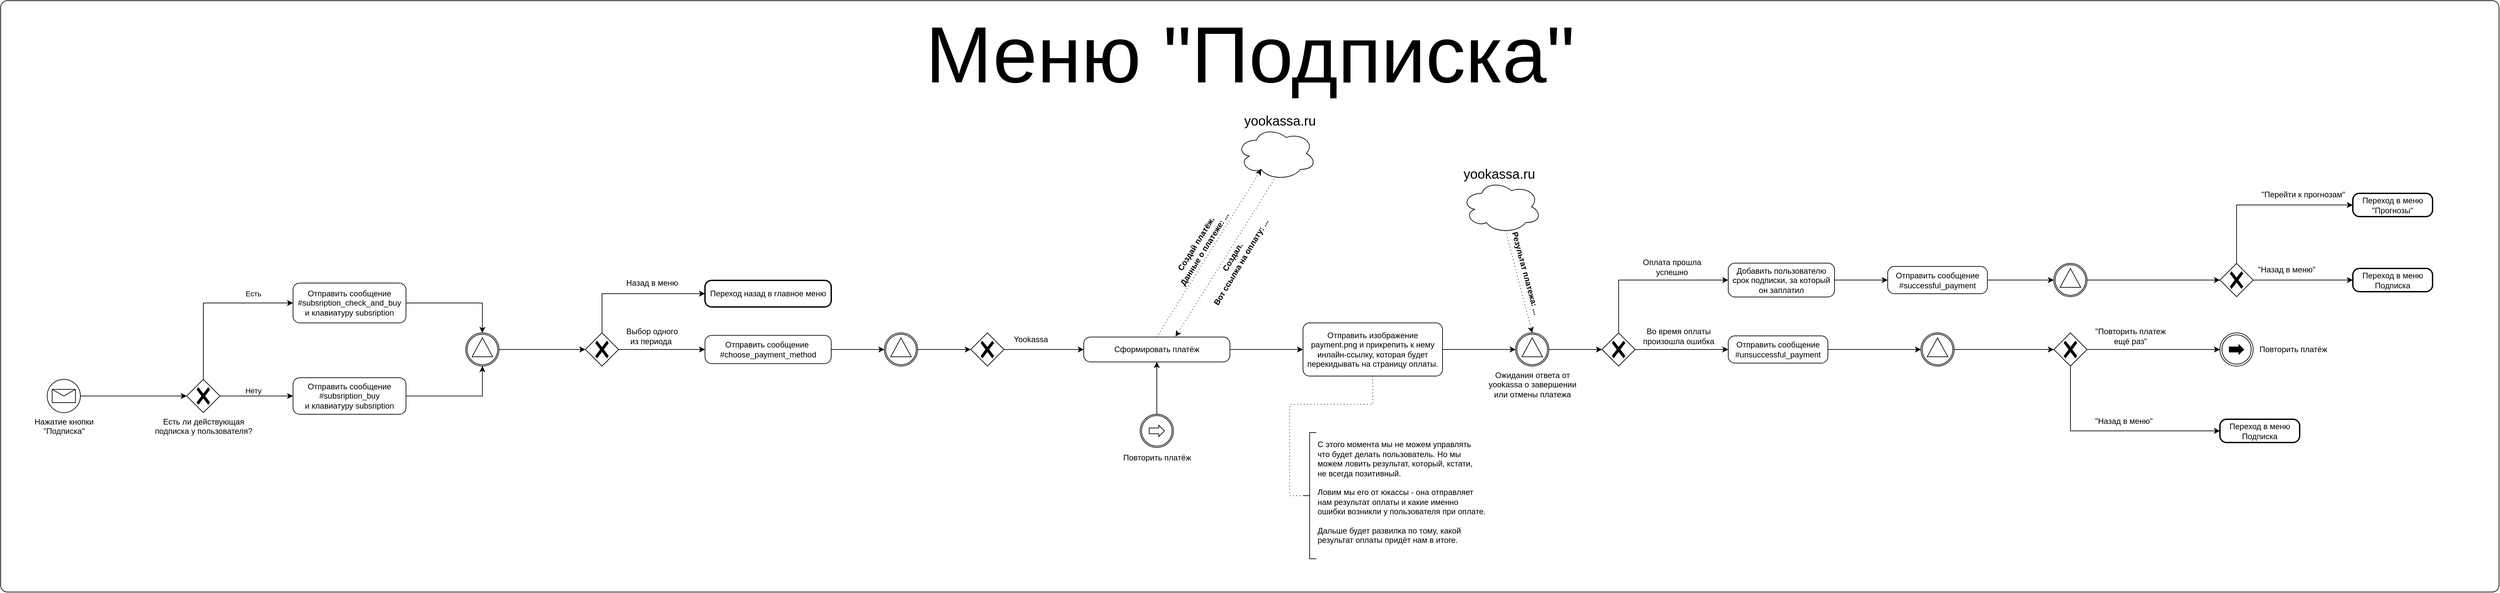
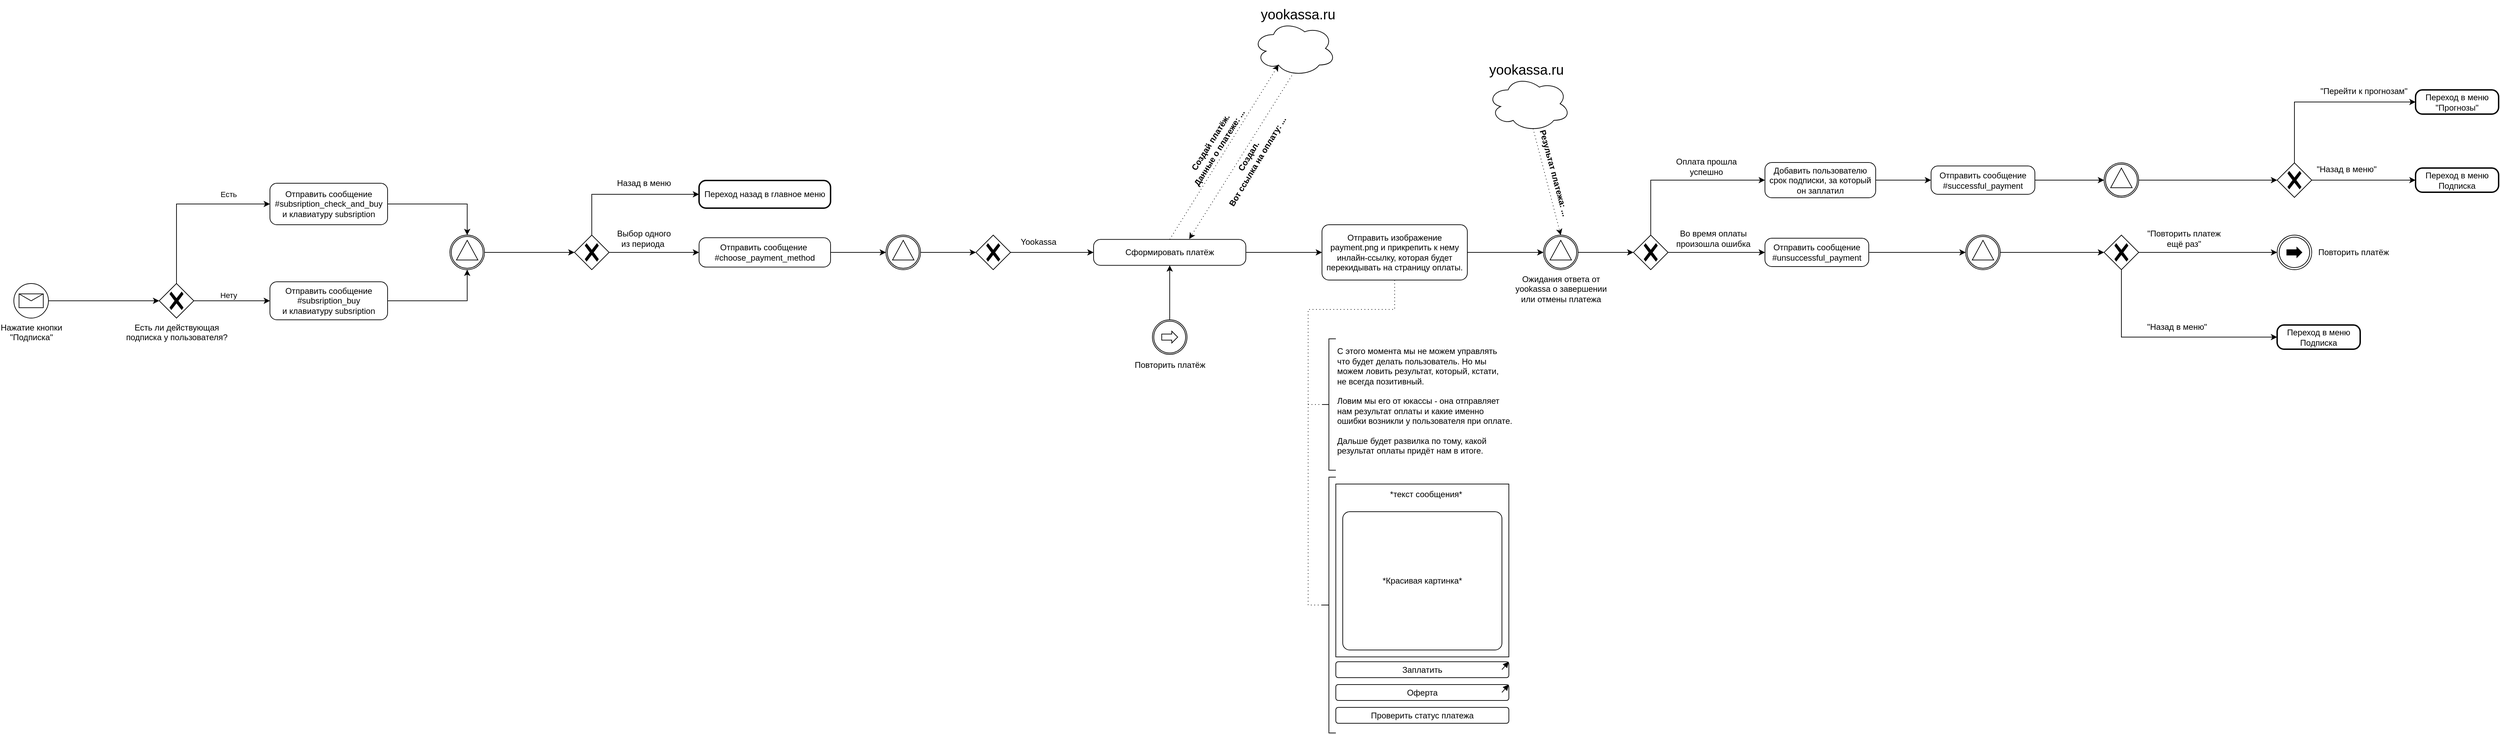
- <mxfile host="app.diagrams.net" modified="2023-09-09T18:25:19.638Z" agent="Mozilla/5.0 (Windows NT 10.0; Win64; x64) AppleWebKit/537.36 (KHTML, like Gecko) Chrome/116.0.0.0 Safari/537.36" etag="nwQ_Cwse_pG6QZrctJBb" version="21.7.4" type="github">
+ <mxfile host="app.diagrams.net" modified="2023-09-13T13:39:47.253Z" agent="Mozilla/5.0 (Windows NT 10.0; Win64; x64) AppleWebKit/537.36 (KHTML, like Gecko) Chrome/116.0.0.0 Safari/537.36" etag="viTp61Xx9-LcSARdnPcU" version="21.7.4" type="github">
  <diagram name="Страница — 1" id="_6Zt3eJy4w_jYMIKWq48">
-     <mxGraphModel dx="3143" dy="2496" grid="1" gridSize="10" guides="1" tooltips="1" connect="1" arrows="1" fold="1" page="1" pageScale="1" pageWidth="1169" pageHeight="827" math="0" shadow="0">
+     <mxGraphModel dx="759" dy="1230" grid="1" gridSize="10" guides="1" tooltips="1" connect="1" arrows="1" fold="1" page="1" pageScale="1" pageWidth="1169" pageHeight="827" math="0" shadow="0">
      <root>
        <mxCell id="0" />
        <mxCell id="1" parent="0" />
-         <mxCell id="S5M2cROnDglwbuzhFPpm-1" value="" style="points=[[0.25,0,0],[0.5,0,0],[0.75,0,0],[1,0.25,0],[1,0.5,0],[1,0.75,0],[0.75,1,0],[0.5,1,0],[0.25,1,0],[0,0.75,0],[0,0.5,0],[0,0.25,0]];shape=mxgraph.bpmn.task;whiteSpace=wrap;rectStyle=rounded;size=10;html=1;container=1;expand=0;collapsible=0;taskMarker=abstract;" vertex="1" parent="1">
-           <mxGeometry x="520" y="-290" width="3760" height="890" as="geometry" />
-         </mxCell>
-         <mxCell id="S5M2cROnDglwbuzhFPpm-2" value="Меню &quot;Подписка&quot;" style="text;html=1;align=center;verticalAlign=middle;resizable=0;points=[];autosize=1;strokeColor=none;fillColor=none;fontSize=120;" vertex="1" parent="S5M2cROnDglwbuzhFPpm-1">
-           <mxGeometry x="1380" width="1000" height="160" as="geometry" />
-         </mxCell>
        <mxCell id="g65OB6galmypLRfpedKR-5" style="edgeStyle=orthogonalEdgeStyle;rounded=0;orthogonalLoop=1;jettySize=auto;html=1;exitX=1;exitY=0.5;exitDx=0;exitDy=0;exitPerimeter=0;" parent="1" source="g65OB6galmypLRfpedKR-1" target="g65OB6galmypLRfpedKR-4" edge="1">
          <mxGeometry relative="1" as="geometry" />
        </mxCell>
        <mxCell id="g65OB6galmypLRfpedKR-1" value="Нажатие кнопки &lt;br&gt;&quot;Подписка&quot;" style="points=[[0.145,0.145,0],[0.5,0,0],[0.855,0.145,0],[1,0.5,0],[0.855,0.855,0],[0.5,1,0],[0.145,0.855,0],[0,0.5,0]];shape=mxgraph.bpmn.event;html=1;verticalLabelPosition=bottom;labelBackgroundColor=#ffffff;verticalAlign=top;align=center;perimeter=ellipsePerimeter;outlineConnect=0;aspect=fixed;outline=standard;symbol=message;" parent="1" vertex="1">
          <mxGeometry x="590" y="280" width="50" height="50" as="geometry" />
        </mxCell>
        <mxCell id="g65OB6galmypLRfpedKR-8" style="edgeStyle=orthogonalEdgeStyle;rounded=0;orthogonalLoop=1;jettySize=auto;html=1;exitX=1;exitY=0.5;exitDx=0;exitDy=0;exitPerimeter=0;entryX=0;entryY=0.5;entryDx=0;entryDy=0;entryPerimeter=0;" parent="1" source="g65OB6galmypLRfpedKR-4" target="g65OB6galmypLRfpedKR-7" edge="1">
          <mxGeometry relative="1" as="geometry" />
        </mxCell>
        <mxCell id="g65OB6galmypLRfpedKR-9" value="Нету" style="edgeLabel;html=1;align=center;verticalAlign=middle;resizable=0;points=[];" parent="g65OB6galmypLRfpedKR-8" vertex="1" connectable="0">
          <mxGeometry x="-0.1599" y="2" relative="1" as="geometry">
            <mxPoint x="4" y="-6" as="offset" />
          </mxGeometry>
        </mxCell>
        <mxCell id="g65OB6galmypLRfpedKR-11" style="edgeStyle=orthogonalEdgeStyle;rounded=0;orthogonalLoop=1;jettySize=auto;html=1;exitX=0.5;exitY=0;exitDx=0;exitDy=0;exitPerimeter=0;entryX=0;entryY=0.5;entryDx=0;entryDy=0;entryPerimeter=0;" parent="1" source="g65OB6galmypLRfpedKR-4" target="g65OB6galmypLRfpedKR-10" edge="1">
          <mxGeometry relative="1" as="geometry" />
        </mxCell>
        <mxCell id="g65OB6galmypLRfpedKR-4" value="Есть ли действующая &lt;br&gt;подписка у пользователя?" style="points=[[0.25,0.25,0],[0.5,0,0],[0.75,0.25,0],[1,0.5,0],[0.75,0.75,0],[0.5,1,0],[0.25,0.75,0],[0,0.5,0]];shape=mxgraph.bpmn.gateway2;html=1;verticalLabelPosition=bottom;labelBackgroundColor=#ffffff;verticalAlign=top;align=center;perimeter=rhombusPerimeter;outlineConnect=0;outline=none;symbol=none;gwType=exclusive;" parent="1" vertex="1">
          <mxGeometry x="800" y="280" width="50" height="50" as="geometry" />
        </mxCell>
        <mxCell id="g65OB6galmypLRfpedKR-15" style="edgeStyle=orthogonalEdgeStyle;rounded=0;orthogonalLoop=1;jettySize=auto;html=1;exitX=1;exitY=0.5;exitDx=0;exitDy=0;exitPerimeter=0;entryX=0.5;entryY=1;entryDx=0;entryDy=0;entryPerimeter=0;" parent="1" source="g65OB6galmypLRfpedKR-7" target="g65OB6galmypLRfpedKR-13" edge="1">
          <mxGeometry relative="1" as="geometry" />
        </mxCell>
        <mxCell id="g65OB6galmypLRfpedKR-7" value="Отправить сообщение #subsription_buy&lt;br&gt;и клавиатуру subsription" style="points=[[0.25,0,0],[0.5,0,0],[0.75,0,0],[1,0.25,0],[1,0.5,0],[1,0.75,0],[0.75,1,0],[0.5,1,0],[0.25,1,0],[0,0.75,0],[0,0.5,0],[0,0.25,0]];shape=mxgraph.bpmn.task;whiteSpace=wrap;rectStyle=rounded;size=10;html=1;container=1;expand=0;collapsible=0;taskMarker=abstract;" parent="1" vertex="1">
          <mxGeometry x="960" y="277.5" width="170" height="55" as="geometry" />
        </mxCell>
        <mxCell id="g65OB6galmypLRfpedKR-14" style="edgeStyle=orthogonalEdgeStyle;rounded=0;orthogonalLoop=1;jettySize=auto;html=1;exitX=1;exitY=0.5;exitDx=0;exitDy=0;exitPerimeter=0;entryX=0.5;entryY=0;entryDx=0;entryDy=0;entryPerimeter=0;" parent="1" source="g65OB6galmypLRfpedKR-10" target="g65OB6galmypLRfpedKR-13" edge="1">
          <mxGeometry relative="1" as="geometry" />
        </mxCell>
        <mxCell id="g65OB6galmypLRfpedKR-10" value="Отправить сообщение #subsription_check_and_buy&lt;br&gt;и клавиатуру subsription" style="points=[[0.25,0,0],[0.5,0,0],[0.75,0,0],[1,0.25,0],[1,0.5,0],[1,0.75,0],[0.75,1,0],[0.5,1,0],[0.25,1,0],[0,0.75,0],[0,0.5,0],[0,0.25,0]];shape=mxgraph.bpmn.task;whiteSpace=wrap;rectStyle=rounded;size=10;html=1;container=1;expand=0;collapsible=0;taskMarker=abstract;" parent="1" vertex="1">
          <mxGeometry x="960" y="135" width="170" height="60" as="geometry" />
        </mxCell>
        <mxCell id="g65OB6galmypLRfpedKR-12" value="Есть" style="edgeLabel;html=1;align=center;verticalAlign=middle;resizable=0;points=[];" parent="1" vertex="1" connectable="0">
          <mxGeometry x="900" y="151" as="geometry" />
        </mxCell>
        <mxCell id="g65OB6galmypLRfpedKR-18" style="edgeStyle=orthogonalEdgeStyle;rounded=0;orthogonalLoop=1;jettySize=auto;html=1;exitX=1;exitY=0.5;exitDx=0;exitDy=0;exitPerimeter=0;entryX=0;entryY=0.5;entryDx=0;entryDy=0;entryPerimeter=0;" parent="1" source="g65OB6galmypLRfpedKR-13" target="g65OB6galmypLRfpedKR-17" edge="1">
          <mxGeometry relative="1" as="geometry" />
        </mxCell>
        <mxCell id="g65OB6galmypLRfpedKR-13" value="" style="points=[[0.145,0.145,0],[0.5,0,0],[0.855,0.145,0],[1,0.5,0],[0.855,0.855,0],[0.5,1,0],[0.145,0.855,0],[0,0.5,0]];shape=mxgraph.bpmn.event;html=1;verticalLabelPosition=bottom;labelBackgroundColor=#ffffff;verticalAlign=top;align=center;perimeter=ellipsePerimeter;outlineConnect=0;aspect=fixed;outline=catching;symbol=signal;" parent="1" vertex="1">
          <mxGeometry x="1220" y="210" width="50" height="50" as="geometry" />
        </mxCell>
        <mxCell id="g65OB6galmypLRfpedKR-20" style="edgeStyle=orthogonalEdgeStyle;rounded=0;orthogonalLoop=1;jettySize=auto;html=1;exitX=0.5;exitY=0;exitDx=0;exitDy=0;exitPerimeter=0;entryX=0;entryY=0.5;entryDx=0;entryDy=0;entryPerimeter=0;" parent="1" source="g65OB6galmypLRfpedKR-17" target="g65OB6galmypLRfpedKR-19" edge="1">
          <mxGeometry relative="1" as="geometry" />
        </mxCell>
        <mxCell id="g65OB6galmypLRfpedKR-26" style="edgeStyle=orthogonalEdgeStyle;rounded=0;orthogonalLoop=1;jettySize=auto;html=1;exitX=1;exitY=0.5;exitDx=0;exitDy=0;exitPerimeter=0;entryX=0;entryY=0.5;entryDx=0;entryDy=0;entryPerimeter=0;" parent="1" source="g65OB6galmypLRfpedKR-17" target="g65OB6galmypLRfpedKR-25" edge="1">
          <mxGeometry relative="1" as="geometry" />
        </mxCell>
        <mxCell id="g65OB6galmypLRfpedKR-17" value="" style="points=[[0.25,0.25,0],[0.5,0,0],[0.75,0.25,0],[1,0.5,0],[0.75,0.75,0],[0.5,1,0],[0.25,0.75,0],[0,0.5,0]];shape=mxgraph.bpmn.gateway2;html=1;verticalLabelPosition=bottom;labelBackgroundColor=#ffffff;verticalAlign=top;align=center;perimeter=rhombusPerimeter;outlineConnect=0;outline=none;symbol=none;gwType=exclusive;" parent="1" vertex="1">
          <mxGeometry x="1400" y="210" width="50" height="50" as="geometry" />
        </mxCell>
        <mxCell id="g65OB6galmypLRfpedKR-19" value="Переход назад в главное меню" style="points=[[0.25,0,0],[0.5,0,0],[0.75,0,0],[1,0.25,0],[1,0.5,0],[1,0.75,0],[0.75,1,0],[0.5,1,0],[0.25,1,0],[0,0.75,0],[0,0.5,0],[0,0.25,0]];shape=mxgraph.bpmn.task;whiteSpace=wrap;rectStyle=rounded;size=10;html=1;container=1;expand=0;collapsible=0;taskMarker=abstract;strokeWidth=2;" parent="1" vertex="1">
          <mxGeometry x="1580" y="131" width="190" height="40" as="geometry" />
        </mxCell>
        <mxCell id="g65OB6galmypLRfpedKR-21" value="Назад в меню" style="text;html=1;align=center;verticalAlign=middle;resizable=0;points=[];autosize=1;strokeColor=none;fillColor=none;" parent="1" vertex="1">
          <mxGeometry x="1450" y="120" width="100" height="30" as="geometry" />
        </mxCell>
        <mxCell id="g65OB6galmypLRfpedKR-31" style="edgeStyle=orthogonalEdgeStyle;rounded=0;orthogonalLoop=1;jettySize=auto;html=1;exitX=1;exitY=0.5;exitDx=0;exitDy=0;exitPerimeter=0;entryX=0;entryY=0.5;entryDx=0;entryDy=0;entryPerimeter=0;" parent="1" source="g65OB6galmypLRfpedKR-25" target="g65OB6galmypLRfpedKR-29" edge="1">
          <mxGeometry relative="1" as="geometry" />
        </mxCell>
        <mxCell id="g65OB6galmypLRfpedKR-25" value="Отправить сообщение&amp;nbsp;&lt;br&gt;#choose_payment_method" style="points=[[0.25,0,0],[0.5,0,0],[0.75,0,0],[1,0.25,0],[1,0.5,0],[1,0.75,0],[0.75,1,0],[0.5,1,0],[0.25,1,0],[0,0.75,0],[0,0.5,0],[0,0.25,0]];shape=mxgraph.bpmn.task;whiteSpace=wrap;rectStyle=rounded;size=10;html=1;container=1;expand=0;collapsible=0;taskMarker=abstract;" parent="1" vertex="1">
          <mxGeometry x="1580" y="213.75" width="190" height="42.5" as="geometry" />
        </mxCell>
        <mxCell id="g65OB6galmypLRfpedKR-27" value="Выбор одного &lt;br&gt;из периода&amp;nbsp;" style="text;html=1;align=center;verticalAlign=middle;resizable=0;points=[];autosize=1;strokeColor=none;fillColor=none;" parent="1" vertex="1">
          <mxGeometry x="1450" y="195" width="100" height="40" as="geometry" />
        </mxCell>
        <mxCell id="g65OB6galmypLRfpedKR-28" style="edgeStyle=orthogonalEdgeStyle;rounded=0;orthogonalLoop=1;jettySize=auto;html=1;exitX=1;exitY=0.5;exitDx=0;exitDy=0;exitPerimeter=0;entryX=0;entryY=0.5;entryDx=0;entryDy=0;entryPerimeter=0;" parent="1" source="g65OB6galmypLRfpedKR-29" target="g65OB6galmypLRfpedKR-30" edge="1">
          <mxGeometry relative="1" as="geometry" />
        </mxCell>
        <mxCell id="g65OB6galmypLRfpedKR-29" value="" style="points=[[0.145,0.145,0],[0.5,0,0],[0.855,0.145,0],[1,0.5,0],[0.855,0.855,0],[0.5,1,0],[0.145,0.855,0],[0,0.5,0]];shape=mxgraph.bpmn.event;html=1;verticalLabelPosition=bottom;labelBackgroundColor=#ffffff;verticalAlign=top;align=center;perimeter=ellipsePerimeter;outlineConnect=0;aspect=fixed;outline=catching;symbol=signal;" parent="1" vertex="1">
          <mxGeometry x="1850" y="210" width="50" height="50" as="geometry" />
        </mxCell>
        <mxCell id="g65OB6galmypLRfpedKR-34" style="edgeStyle=orthogonalEdgeStyle;rounded=0;orthogonalLoop=1;jettySize=auto;html=1;exitX=1;exitY=0.5;exitDx=0;exitDy=0;exitPerimeter=0;" parent="1" source="g65OB6galmypLRfpedKR-30" target="g65OB6galmypLRfpedKR-32" edge="1">
          <mxGeometry relative="1" as="geometry" />
        </mxCell>
        <mxCell id="g65OB6galmypLRfpedKR-30" value="" style="points=[[0.25,0.25,0],[0.5,0,0],[0.75,0.25,0],[1,0.5,0],[0.75,0.75,0],[0.5,1,0],[0.25,0.75,0],[0,0.5,0]];shape=mxgraph.bpmn.gateway2;html=1;verticalLabelPosition=bottom;labelBackgroundColor=#ffffff;verticalAlign=top;align=center;perimeter=rhombusPerimeter;outlineConnect=0;outline=none;symbol=none;gwType=exclusive;" parent="1" vertex="1">
          <mxGeometry x="1980" y="210" width="50" height="50" as="geometry" />
        </mxCell>
        <mxCell id="g65OB6galmypLRfpedKR-37" style="rounded=0;orthogonalLoop=1;jettySize=auto;html=1;exitX=0.5;exitY=0;exitDx=0;exitDy=0;exitPerimeter=0;entryX=0.31;entryY=0.8;entryDx=0;entryDy=0;entryPerimeter=0;strokeColor=default;dashed=1;dashPattern=1 4;" parent="1" source="g65OB6galmypLRfpedKR-32" target="g65OB6galmypLRfpedKR-36" edge="1">
          <mxGeometry relative="1" as="geometry" />
        </mxCell>
        <mxCell id="g65OB6galmypLRfpedKR-46" style="edgeStyle=orthogonalEdgeStyle;rounded=0;orthogonalLoop=1;jettySize=auto;html=1;exitX=1;exitY=0.5;exitDx=0;exitDy=0;exitPerimeter=0;entryX=0;entryY=0.5;entryDx=0;entryDy=0;entryPerimeter=0;" parent="1" source="g65OB6galmypLRfpedKR-32" target="g65OB6galmypLRfpedKR-45" edge="1">
          <mxGeometry relative="1" as="geometry" />
        </mxCell>
        <mxCell id="g65OB6galmypLRfpedKR-32" value="Сформировать платёж" style="points=[[0.25,0,0],[0.5,0,0],[0.75,0,0],[1,0.25,0],[1,0.5,0],[1,0.75,0],[0.75,1,0],[0.5,1,0],[0.25,1,0],[0,0.75,0],[0,0.5,0],[0,0.25,0]];shape=mxgraph.bpmn.task;whiteSpace=wrap;rectStyle=rounded;size=10;html=1;container=1;expand=0;collapsible=0;taskMarker=abstract;" parent="1" vertex="1">
          <mxGeometry x="2150" y="216.25" width="220" height="37.5" as="geometry" />
        </mxCell>
        <mxCell id="g65OB6galmypLRfpedKR-35" value="Yookassa" style="text;html=1;align=center;verticalAlign=middle;resizable=0;points=[];autosize=1;strokeColor=none;fillColor=none;" parent="1" vertex="1">
          <mxGeometry x="2030" y="205" width="80" height="30" as="geometry" />
        </mxCell>
        <mxCell id="g65OB6galmypLRfpedKR-39" style="rounded=0;orthogonalLoop=1;jettySize=auto;html=1;exitX=0.492;exitY=0.939;exitDx=0;exitDy=0;exitPerimeter=0;dashed=1;dashPattern=1 4;entryX=0.628;entryY=-0.016;entryDx=0;entryDy=0;entryPerimeter=0;" parent="1" source="g65OB6galmypLRfpedKR-36" target="g65OB6galmypLRfpedKR-32" edge="1">
          <mxGeometry relative="1" as="geometry">
            <mxPoint x="2290" y="210" as="targetPoint" />
          </mxGeometry>
        </mxCell>
        <mxCell id="g65OB6galmypLRfpedKR-36" value="" style="ellipse;shape=cloud;whiteSpace=wrap;html=1;" parent="1" vertex="1">
          <mxGeometry x="2380" y="-100" width="120" height="80" as="geometry" />
        </mxCell>
        <mxCell id="g65OB6galmypLRfpedKR-38" value="Создай платёж. &lt;br&gt;Данные о платеже: ..." style="text;html=1;align=center;verticalAlign=middle;resizable=0;points=[];autosize=1;strokeColor=none;fillColor=none;rotation=302;fontStyle=1" parent="1" vertex="1">
          <mxGeometry x="2250" y="60" width="150" height="40" as="geometry" />
        </mxCell>
        <mxCell id="g65OB6galmypLRfpedKR-40" value="Создал. &lt;br&gt;Вот ссылка на оплату: ..." style="text;html=1;align=center;verticalAlign=middle;resizable=0;points=[];autosize=1;strokeColor=none;fillColor=none;rotation=301;fontStyle=1" parent="1" vertex="1">
          <mxGeometry x="2295" y="80" width="170" height="40" as="geometry" />
        </mxCell>
        <mxCell id="g65OB6galmypLRfpedKR-44" value="yookassa.ru" style="text;html=1;align=center;verticalAlign=middle;resizable=0;points=[];autosize=1;strokeColor=none;fillColor=none;fontSize=20;" parent="1" vertex="1">
          <mxGeometry x="2380" y="-130" width="130" height="40" as="geometry" />
        </mxCell>
        <mxCell id="g65OB6galmypLRfpedKR-48" style="edgeStyle=orthogonalEdgeStyle;rounded=0;orthogonalLoop=1;jettySize=auto;html=1;exitX=0.5;exitY=1;exitDx=0;exitDy=0;exitPerimeter=0;entryX=0;entryY=0.5;entryDx=0;entryDy=0;entryPerimeter=0;endArrow=none;endFill=0;dashed=1;dashPattern=1 4;" parent="1" source="g65OB6galmypLRfpedKR-45" target="g65OB6galmypLRfpedKR-47" edge="1">
          <mxGeometry relative="1" as="geometry" />
        </mxCell>
        <mxCell id="g65OB6galmypLRfpedKR-56" style="edgeStyle=orthogonalEdgeStyle;rounded=0;orthogonalLoop=1;jettySize=auto;html=1;exitX=1;exitY=0.5;exitDx=0;exitDy=0;exitPerimeter=0;" parent="1" source="g65OB6galmypLRfpedKR-45" target="g65OB6galmypLRfpedKR-54" edge="1">
          <mxGeometry relative="1" as="geometry" />
        </mxCell>
        <mxCell id="g65OB6galmypLRfpedKR-45" value="Отправить изображение payment.png и прикрепить к нему инлайн-ссылку, которая будет перекидывать на страницу оплаты." style="points=[[0.25,0,0],[0.5,0,0],[0.75,0,0],[1,0.25,0],[1,0.5,0],[1,0.75,0],[0.75,1,0],[0.5,1,0],[0.25,1,0],[0,0.75,0],[0,0.5,0],[0,0.25,0]];shape=mxgraph.bpmn.task;whiteSpace=wrap;rectStyle=rounded;size=10;html=1;container=1;expand=0;collapsible=0;taskMarker=abstract;" parent="1" vertex="1">
          <mxGeometry x="2480" y="195" width="210" height="80" as="geometry" />
        </mxCell>
        <mxCell id="g65OB6galmypLRfpedKR-50" value="" style="group" parent="1" vertex="1" connectable="0">
          <mxGeometry x="2480" y="390" width="300" height="160" as="geometry" />
        </mxCell>
        <mxCell id="g65OB6galmypLRfpedKR-47" value="" style="html=1;shape=mxgraph.flowchart.annotation_2;align=left;labelPosition=right;" parent="g65OB6galmypLRfpedKR-50" vertex="1">
          <mxGeometry y="-30" width="20" height="190" as="geometry" />
        </mxCell>
        <mxCell id="g65OB6galmypLRfpedKR-49" value="С этого момента мы не можем управлять&lt;br&gt;что будет делать пользователь. Но мы&lt;br&gt;можем ловить результат, который, кстати,&lt;br&gt;не всегда позитивный. &lt;br&gt;&lt;br&gt;Ловим мы его от юкассы - она отправляет &lt;br&gt;нам результат оплаты и какие именно &lt;br&gt;ошибки возникли у пользователя при оплате.&lt;br&gt;&lt;br&gt;Дальше будет развилка по тому, какой &lt;br&gt;результат оплаты придёт нам в итоге." style="text;html=1;align=left;verticalAlign=middle;resizable=0;points=[];autosize=1;strokeColor=none;fillColor=none;" parent="g65OB6galmypLRfpedKR-50" vertex="1">
          <mxGeometry x="20" y="-25" width="280" height="170" as="geometry" />
        </mxCell>
        <mxCell id="g65OB6galmypLRfpedKR-53" style="edgeStyle=orthogonalEdgeStyle;rounded=0;orthogonalLoop=1;jettySize=auto;html=1;exitX=1;exitY=0.5;exitDx=0;exitDy=0;exitPerimeter=0;entryX=0;entryY=0.5;entryDx=0;entryDy=0;entryPerimeter=0;" parent="1" source="g65OB6galmypLRfpedKR-54" target="g65OB6galmypLRfpedKR-55" edge="1">
          <mxGeometry relative="1" as="geometry" />
        </mxCell>
        <mxCell id="g65OB6galmypLRfpedKR-54" value="Ожидания ответа от &lt;br&gt;yookassa о&amp;nbsp;завершении&lt;br&gt;или отмены платежа" style="points=[[0.145,0.145,0],[0.5,0,0],[0.855,0.145,0],[1,0.5,0],[0.855,0.855,0],[0.5,1,0],[0.145,0.855,0],[0,0.5,0]];shape=mxgraph.bpmn.event;html=1;verticalLabelPosition=bottom;labelBackgroundColor=#ffffff;verticalAlign=top;align=center;perimeter=ellipsePerimeter;outlineConnect=0;aspect=fixed;outline=catching;symbol=signal;" parent="1" vertex="1">
          <mxGeometry x="2800" y="210" width="50" height="50" as="geometry" />
        </mxCell>
        <mxCell id="g65OB6galmypLRfpedKR-66" style="edgeStyle=orthogonalEdgeStyle;rounded=0;orthogonalLoop=1;jettySize=auto;html=1;exitX=0.5;exitY=0;exitDx=0;exitDy=0;exitPerimeter=0;entryX=0;entryY=0.5;entryDx=0;entryDy=0;entryPerimeter=0;" parent="1" source="g65OB6galmypLRfpedKR-55" target="g65OB6galmypLRfpedKR-65" edge="1">
          <mxGeometry relative="1" as="geometry" />
        </mxCell>
        <mxCell id="g65OB6galmypLRfpedKR-70" style="edgeStyle=orthogonalEdgeStyle;rounded=0;orthogonalLoop=1;jettySize=auto;html=1;exitX=1;exitY=0.5;exitDx=0;exitDy=0;exitPerimeter=0;entryX=0;entryY=0.5;entryDx=0;entryDy=0;entryPerimeter=0;" parent="1" source="g65OB6galmypLRfpedKR-55" target="g65OB6galmypLRfpedKR-69" edge="1">
          <mxGeometry relative="1" as="geometry" />
        </mxCell>
        <mxCell id="g65OB6galmypLRfpedKR-55" value="" style="points=[[0.25,0.25,0],[0.5,0,0],[0.75,0.25,0],[1,0.5,0],[0.75,0.75,0],[0.5,1,0],[0.25,0.75,0],[0,0.5,0]];shape=mxgraph.bpmn.gateway2;html=1;verticalLabelPosition=bottom;labelBackgroundColor=#ffffff;verticalAlign=top;align=center;perimeter=rhombusPerimeter;outlineConnect=0;outline=none;symbol=none;gwType=exclusive;" parent="1" vertex="1">
          <mxGeometry x="2930" y="210" width="50" height="50" as="geometry" />
        </mxCell>
        <mxCell id="g65OB6galmypLRfpedKR-82" style="edgeStyle=orthogonalEdgeStyle;rounded=0;orthogonalLoop=1;jettySize=auto;html=1;exitX=1;exitY=0.5;exitDx=0;exitDy=0;exitPerimeter=0;entryX=0;entryY=0.5;entryDx=0;entryDy=0;entryPerimeter=0;" parent="1" source="g65OB6galmypLRfpedKR-57" target="g65OB6galmypLRfpedKR-81" edge="1">
          <mxGeometry relative="1" as="geometry" />
        </mxCell>
        <mxCell id="g65OB6galmypLRfpedKR-57" value="Отправить сообщение #successful_payment" style="points=[[0.25,0,0],[0.5,0,0],[0.75,0,0],[1,0.25,0],[1,0.5,0],[1,0.75,0],[0.75,1,0],[0.5,1,0],[0.25,1,0],[0,0.75,0],[0,0.5,0],[0,0.25,0]];shape=mxgraph.bpmn.task;whiteSpace=wrap;rectStyle=rounded;size=10;html=1;container=1;expand=0;collapsible=0;taskMarker=abstract;" parent="1" vertex="1">
          <mxGeometry x="3360" y="110" width="150" height="41" as="geometry" />
        </mxCell>
        <mxCell id="g65OB6galmypLRfpedKR-61" style="rounded=0;orthogonalLoop=1;jettySize=auto;html=1;exitX=0.55;exitY=0.95;exitDx=0;exitDy=0;exitPerimeter=0;entryX=0.5;entryY=0;entryDx=0;entryDy=0;entryPerimeter=0;dashed=1;dashPattern=1 4;" parent="1" source="g65OB6galmypLRfpedKR-59" target="g65OB6galmypLRfpedKR-54" edge="1">
          <mxGeometry relative="1" as="geometry" />
        </mxCell>
        <mxCell id="g65OB6galmypLRfpedKR-59" value="" style="ellipse;shape=cloud;whiteSpace=wrap;html=1;" parent="1" vertex="1">
          <mxGeometry x="2719" y="-20" width="120" height="80" as="geometry" />
        </mxCell>
        <mxCell id="g65OB6galmypLRfpedKR-60" value="yookassa.ru" style="text;html=1;align=center;verticalAlign=middle;resizable=0;points=[];autosize=1;strokeColor=none;fillColor=none;fontSize=20;" parent="1" vertex="1">
          <mxGeometry x="2710" y="-50" width="130" height="40" as="geometry" />
        </mxCell>
        <mxCell id="g65OB6galmypLRfpedKR-63" value="Результат платежа: ..." style="text;html=1;align=center;verticalAlign=middle;resizable=0;points=[];autosize=1;strokeColor=none;fillColor=none;rotation=75;fontStyle=1" parent="1" vertex="1">
          <mxGeometry x="2740" y="105" width="150" height="30" as="geometry" />
        </mxCell>
        <mxCell id="g65OB6galmypLRfpedKR-64" value="Оплата прошла&lt;br&gt;успешно" style="text;html=1;align=center;verticalAlign=middle;resizable=0;points=[];autosize=1;strokeColor=none;fillColor=none;" parent="1" vertex="1">
          <mxGeometry x="2980" y="91" width="110" height="40" as="geometry" />
        </mxCell>
        <mxCell id="g65OB6galmypLRfpedKR-67" style="edgeStyle=orthogonalEdgeStyle;rounded=0;orthogonalLoop=1;jettySize=auto;html=1;exitX=1;exitY=0.5;exitDx=0;exitDy=0;exitPerimeter=0;entryX=0;entryY=0.5;entryDx=0;entryDy=0;entryPerimeter=0;" parent="1" source="g65OB6galmypLRfpedKR-65" target="g65OB6galmypLRfpedKR-57" edge="1">
          <mxGeometry relative="1" as="geometry" />
        </mxCell>
        <mxCell id="g65OB6galmypLRfpedKR-65" value="Добавить пользователю срок подписки, за который он заплатил" style="points=[[0.25,0,0],[0.5,0,0],[0.75,0,0],[1,0.25,0],[1,0.5,0],[1,0.75,0],[0.75,1,0],[0.5,1,0],[0.25,1,0],[0,0.75,0],[0,0.5,0],[0,0.25,0]];shape=mxgraph.bpmn.task;whiteSpace=wrap;rectStyle=rounded;size=10;html=1;container=1;expand=0;collapsible=0;taskMarker=abstract;" parent="1" vertex="1">
          <mxGeometry x="3120" y="105" width="160" height="51" as="geometry" />
        </mxCell>
        <mxCell id="g65OB6galmypLRfpedKR-78" style="edgeStyle=orthogonalEdgeStyle;rounded=0;orthogonalLoop=1;jettySize=auto;html=1;exitX=1;exitY=0.5;exitDx=0;exitDy=0;exitPerimeter=0;entryX=0;entryY=0.5;entryDx=0;entryDy=0;entryPerimeter=0;" parent="1" source="g65OB6galmypLRfpedKR-69" target="g65OB6galmypLRfpedKR-77" edge="1">
          <mxGeometry relative="1" as="geometry" />
        </mxCell>
        <mxCell id="g65OB6galmypLRfpedKR-69" value="Отправить сообщение #unsuccessful_payment" style="points=[[0.25,0,0],[0.5,0,0],[0.75,0,0],[1,0.25,0],[1,0.5,0],[1,0.75,0],[0.75,1,0],[0.5,1,0],[0.25,1,0],[0,0.75,0],[0,0.5,0],[0,0.25,0]];shape=mxgraph.bpmn.task;whiteSpace=wrap;rectStyle=rounded;size=10;html=1;container=1;expand=0;collapsible=0;taskMarker=abstract;" parent="1" vertex="1">
          <mxGeometry x="3120" y="214.5" width="150" height="41" as="geometry" />
        </mxCell>
        <mxCell id="g65OB6galmypLRfpedKR-86" style="edgeStyle=orthogonalEdgeStyle;rounded=0;orthogonalLoop=1;jettySize=auto;html=1;exitX=1;exitY=0.5;exitDx=0;exitDy=0;exitPerimeter=0;entryX=0;entryY=0.5;entryDx=0;entryDy=0;entryPerimeter=0;" parent="1" source="g65OB6galmypLRfpedKR-74" target="g65OB6galmypLRfpedKR-85" edge="1">
          <mxGeometry relative="1" as="geometry">
            <mxPoint x="3910" y="130" as="sourcePoint" />
          </mxGeometry>
        </mxCell>
        <mxCell id="g65OB6galmypLRfpedKR-108" style="edgeStyle=orthogonalEdgeStyle;rounded=0;orthogonalLoop=1;jettySize=auto;html=1;exitX=1;exitY=0.5;exitDx=0;exitDy=0;exitPerimeter=0;entryX=0;entryY=0.5;entryDx=0;entryDy=0;entryPerimeter=0;" parent="1" source="g65OB6galmypLRfpedKR-71" target="g65OB6galmypLRfpedKR-103" edge="1">
          <mxGeometry relative="1" as="geometry" />
        </mxCell>
        <mxCell id="g65OB6galmypLRfpedKR-110" style="edgeStyle=orthogonalEdgeStyle;rounded=0;orthogonalLoop=1;jettySize=auto;html=1;exitX=0.5;exitY=1;exitDx=0;exitDy=0;exitPerimeter=0;entryX=0;entryY=0.5;entryDx=0;entryDy=0;entryPerimeter=0;" parent="1" source="g65OB6galmypLRfpedKR-71" target="g65OB6galmypLRfpedKR-109" edge="1">
          <mxGeometry relative="1" as="geometry" />
        </mxCell>
        <mxCell id="g65OB6galmypLRfpedKR-71" value="" style="points=[[0.25,0.25,0],[0.5,0,0],[0.75,0.25,0],[1,0.5,0],[0.75,0.75,0],[0.5,1,0],[0.25,0.75,0],[0,0.5,0]];shape=mxgraph.bpmn.gateway2;html=1;verticalLabelPosition=bottom;labelBackgroundColor=#ffffff;verticalAlign=top;align=center;perimeter=rhombusPerimeter;outlineConnect=0;outline=none;symbol=none;gwType=exclusive;" parent="1" vertex="1">
          <mxGeometry x="3610" y="210" width="50" height="50" as="geometry" />
        </mxCell>
        <mxCell id="g65OB6galmypLRfpedKR-73" value="Во время оплаты&lt;br&gt;произошла ошибка" style="text;html=1;align=center;verticalAlign=middle;resizable=0;points=[];autosize=1;strokeColor=none;fillColor=none;" parent="1" vertex="1">
          <mxGeometry x="2980" y="195" width="130" height="40" as="geometry" />
        </mxCell>
        <mxCell id="g65OB6galmypLRfpedKR-89" style="edgeStyle=orthogonalEdgeStyle;rounded=0;orthogonalLoop=1;jettySize=auto;html=1;exitX=0.5;exitY=0;exitDx=0;exitDy=0;exitPerimeter=0;entryX=0;entryY=0.5;entryDx=0;entryDy=0;entryPerimeter=0;" parent="1" source="g65OB6galmypLRfpedKR-74" target="g65OB6galmypLRfpedKR-88" edge="1">
          <mxGeometry relative="1" as="geometry" />
        </mxCell>
        <mxCell id="g65OB6galmypLRfpedKR-74" value="" style="points=[[0.25,0.25,0],[0.5,0,0],[0.75,0.25,0],[1,0.5,0],[0.75,0.75,0],[0.5,1,0],[0.25,0.75,0],[0,0.5,0]];shape=mxgraph.bpmn.gateway2;html=1;verticalLabelPosition=bottom;labelBackgroundColor=#ffffff;verticalAlign=top;align=center;perimeter=rhombusPerimeter;outlineConnect=0;outline=none;symbol=none;gwType=exclusive;" parent="1" vertex="1">
          <mxGeometry x="3860" y="105.5" width="50" height="50" as="geometry" />
        </mxCell>
        <mxCell id="g65OB6galmypLRfpedKR-79" style="edgeStyle=orthogonalEdgeStyle;rounded=0;orthogonalLoop=1;jettySize=auto;html=1;exitX=1;exitY=0.5;exitDx=0;exitDy=0;exitPerimeter=0;entryX=0;entryY=0.5;entryDx=0;entryDy=0;entryPerimeter=0;" parent="1" source="g65OB6galmypLRfpedKR-77" target="g65OB6galmypLRfpedKR-71" edge="1">
          <mxGeometry relative="1" as="geometry" />
        </mxCell>
        <mxCell id="g65OB6galmypLRfpedKR-77" value="" style="points=[[0.145,0.145,0],[0.5,0,0],[0.855,0.145,0],[1,0.5,0],[0.855,0.855,0],[0.5,1,0],[0.145,0.855,0],[0,0.5,0]];shape=mxgraph.bpmn.event;html=1;verticalLabelPosition=bottom;labelBackgroundColor=#ffffff;verticalAlign=top;align=center;perimeter=ellipsePerimeter;outlineConnect=0;aspect=fixed;outline=catching;symbol=signal;" parent="1" vertex="1">
          <mxGeometry x="3410" y="210" width="50" height="50" as="geometry" />
        </mxCell>
        <mxCell id="g65OB6galmypLRfpedKR-83" style="edgeStyle=orthogonalEdgeStyle;rounded=0;orthogonalLoop=1;jettySize=auto;html=1;exitX=1;exitY=0.5;exitDx=0;exitDy=0;exitPerimeter=0;" parent="1" source="g65OB6galmypLRfpedKR-81" target="g65OB6galmypLRfpedKR-74" edge="1">
          <mxGeometry relative="1" as="geometry" />
        </mxCell>
        <mxCell id="g65OB6galmypLRfpedKR-81" value="" style="points=[[0.145,0.145,0],[0.5,0,0],[0.855,0.145,0],[1,0.5,0],[0.855,0.855,0],[0.5,1,0],[0.145,0.855,0],[0,0.5,0]];shape=mxgraph.bpmn.event;html=1;verticalLabelPosition=bottom;labelBackgroundColor=#ffffff;verticalAlign=top;align=center;perimeter=ellipsePerimeter;outlineConnect=0;aspect=fixed;outline=catching;symbol=signal;" parent="1" vertex="1">
          <mxGeometry x="3610" y="105.5" width="50" height="50" as="geometry" />
        </mxCell>
        <mxCell id="g65OB6galmypLRfpedKR-85" value="Переход в меню Подписка" style="points=[[0.25,0,0],[0.5,0,0],[0.75,0,0],[1,0.25,0],[1,0.5,0],[1,0.75,0],[0.75,1,0],[0.5,1,0],[0.25,1,0],[0,0.75,0],[0,0.5,0],[0,0.25,0]];shape=mxgraph.bpmn.task;whiteSpace=wrap;rectStyle=rounded;size=10;html=1;container=1;expand=0;collapsible=0;taskMarker=abstract;strokeWidth=2;" parent="1" vertex="1">
          <mxGeometry x="4060" y="113" width="120" height="35" as="geometry" />
        </mxCell>
        <mxCell id="g65OB6galmypLRfpedKR-87" value="&quot;Назад в меню&quot;" style="text;html=1;align=center;verticalAlign=middle;resizable=0;points=[];autosize=1;strokeColor=none;fillColor=none;" parent="1" vertex="1">
          <mxGeometry x="3905" y="100" width="110" height="30" as="geometry" />
        </mxCell>
        <mxCell id="g65OB6galmypLRfpedKR-88" value="Переход в меню &quot;Прогнозы&quot;" style="points=[[0.25,0,0],[0.5,0,0],[0.75,0,0],[1,0.25,0],[1,0.5,0],[1,0.75,0],[0.75,1,0],[0.5,1,0],[0.25,1,0],[0,0.75,0],[0,0.5,0],[0,0.25,0]];shape=mxgraph.bpmn.task;whiteSpace=wrap;rectStyle=rounded;size=10;html=1;container=1;expand=0;collapsible=0;taskMarker=abstract;strokeWidth=2;" parent="1" vertex="1">
          <mxGeometry x="4060" width="120" height="35" as="geometry" />
        </mxCell>
        <mxCell id="g65OB6galmypLRfpedKR-90" value="&quot;Перейти к прогнозам&quot;" style="text;html=1;align=center;verticalAlign=middle;resizable=0;points=[];autosize=1;strokeColor=none;fillColor=none;" parent="1" vertex="1">
          <mxGeometry x="3910" y="-13" width="150" height="30" as="geometry" />
        </mxCell>
        <mxCell id="g65OB6galmypLRfpedKR-95" value="&quot;Повторить платеж &lt;br&gt;ещё раз&quot;" style="text;html=1;align=center;verticalAlign=middle;resizable=0;points=[];autosize=1;strokeColor=none;fillColor=none;" parent="1" vertex="1">
          <mxGeometry x="3660" y="195" width="130" height="40" as="geometry" />
        </mxCell>
        <mxCell id="g65OB6galmypLRfpedKR-97" style="edgeStyle=orthogonalEdgeStyle;rounded=0;orthogonalLoop=1;jettySize=auto;html=1;exitX=0.5;exitY=0;exitDx=0;exitDy=0;exitPerimeter=0;entryX=0.5;entryY=1;entryDx=0;entryDy=0;entryPerimeter=0;" parent="1" source="g65OB6galmypLRfpedKR-96" target="g65OB6galmypLRfpedKR-32" edge="1">
          <mxGeometry relative="1" as="geometry" />
        </mxCell>
        <mxCell id="g65OB6galmypLRfpedKR-96" value="" style="points=[[0.145,0.145,0],[0.5,0,0],[0.855,0.145,0],[1,0.5,0],[0.855,0.855,0],[0.5,1,0],[0.145,0.855,0],[0,0.5,0]];shape=mxgraph.bpmn.event;html=1;verticalLabelPosition=bottom;labelBackgroundColor=#ffffff;verticalAlign=top;align=center;perimeter=ellipsePerimeter;outlineConnect=0;aspect=fixed;outline=catching;symbol=link;" parent="1" vertex="1">
          <mxGeometry x="2235" y="332.5" width="50" height="50" as="geometry" />
        </mxCell>
        <mxCell id="g65OB6galmypLRfpedKR-98" value="Повторить платёж" style="text;html=1;align=center;verticalAlign=middle;resizable=0;points=[];autosize=1;strokeColor=none;fillColor=none;" parent="1" vertex="1">
          <mxGeometry x="2195" y="382.5" width="130" height="30" as="geometry" />
        </mxCell>
        <mxCell id="g65OB6galmypLRfpedKR-103" value="" style="points=[[0.145,0.145,0],[0.5,0,0],[0.855,0.145,0],[1,0.5,0],[0.855,0.855,0],[0.5,1,0],[0.145,0.855,0],[0,0.5,0]];shape=mxgraph.bpmn.event;html=1;verticalLabelPosition=bottom;labelBackgroundColor=#ffffff;verticalAlign=top;align=center;perimeter=ellipsePerimeter;outlineConnect=0;aspect=fixed;outline=throwing;symbol=link;" parent="1" vertex="1">
          <mxGeometry x="3860" y="210" width="50" height="50" as="geometry" />
        </mxCell>
        <mxCell id="g65OB6galmypLRfpedKR-109" value="Переход в меню Подписка" style="points=[[0.25,0,0],[0.5,0,0],[0.75,0,0],[1,0.25,0],[1,0.5,0],[1,0.75,0],[0.75,1,0],[0.5,1,0],[0.25,1,0],[0,0.75,0],[0,0.5,0],[0,0.25,0]];shape=mxgraph.bpmn.task;whiteSpace=wrap;rectStyle=rounded;size=10;html=1;container=1;expand=0;collapsible=0;taskMarker=abstract;strokeWidth=2;" parent="1" vertex="1">
          <mxGeometry x="3860" y="340" width="120" height="35" as="geometry" />
        </mxCell>
        <mxCell id="g65OB6galmypLRfpedKR-111" value="&quot;Назад в меню&quot;" style="text;html=1;align=center;verticalAlign=middle;resizable=0;points=[];autosize=1;strokeColor=none;fillColor=none;" parent="1" vertex="1">
          <mxGeometry x="3660" y="328" width="110" height="30" as="geometry" />
        </mxCell>
        <mxCell id="g65OB6galmypLRfpedKR-113" value="Повторить платёж" style="text;html=1;align=center;verticalAlign=middle;resizable=0;points=[];autosize=1;strokeColor=none;fillColor=none;" parent="1" vertex="1">
          <mxGeometry x="3905" y="220" width="130" height="30" as="geometry" />
+         </mxCell>
+         <mxCell id="OVOjqrZOAJo-4PfDmddq-5" style="edgeStyle=orthogonalEdgeStyle;rounded=0;orthogonalLoop=1;jettySize=auto;html=1;dashed=1;dashPattern=1 4;endArrow=none;endFill=0;" edge="1" parent="1" source="OVOjqrZOAJo-4PfDmddq-4">
+           <mxGeometry relative="1" as="geometry">
+             <mxPoint x="2460" y="450" as="targetPoint" />
+           </mxGeometry>
+         </mxCell>
+         <mxCell id="OVOjqrZOAJo-4PfDmddq-4" value="" style="html=1;shape=mxgraph.flowchart.annotation_2;align=left;labelPosition=right;" vertex="1" parent="1">
+           <mxGeometry x="2480" y="560" width="20" height="370" as="geometry" />
+         </mxCell>
+         <mxCell id="OVOjqrZOAJo-4PfDmddq-6" value="" style="whiteSpace=wrap;html=1;aspect=fixed;" vertex="1" parent="1">
+           <mxGeometry x="2500" y="570" width="250" height="250" as="geometry" />
+         </mxCell>
+         <mxCell id="OVOjqrZOAJo-4PfDmddq-7" value="*текст сообщения*" style="text;html=1;align=center;verticalAlign=middle;resizable=0;points=[];autosize=1;strokeColor=none;fillColor=none;" vertex="1" parent="1">
+           <mxGeometry x="2565" y="570" width="130" height="30" as="geometry" />
+         </mxCell>
+         <mxCell id="OVOjqrZOAJo-4PfDmddq-8" value="*Красивая картинка*" style="points=[[0.25,0,0],[0.5,0,0],[0.75,0,0],[1,0.25,0],[1,0.5,0],[1,0.75,0],[0.75,1,0],[0.5,1,0],[0.25,1,0],[0,0.75,0],[0,0.5,0],[0,0.25,0]];shape=mxgraph.bpmn.task;whiteSpace=wrap;rectStyle=rounded;size=10;html=1;container=1;expand=0;collapsible=0;taskMarker=abstract;" vertex="1" parent="1">
+           <mxGeometry x="2510" y="610" width="230" height="200" as="geometry" />
+         </mxCell>
+         <mxCell id="OVOjqrZOAJo-4PfDmddq-9" value="Заплатить" style="rounded=1;whiteSpace=wrap;html=1;" vertex="1" parent="1">
+           <mxGeometry x="2500" y="827" width="250" height="23" as="geometry" />
+         </mxCell>
+         <mxCell id="OVOjqrZOAJo-4PfDmddq-10" value="Оферта" style="rounded=1;whiteSpace=wrap;html=1;" vertex="1" parent="1">
+           <mxGeometry x="2500" y="860" width="250" height="23" as="geometry" />
+         </mxCell>
+         <mxCell id="OVOjqrZOAJo-4PfDmddq-13" value="Проверить статус платежа" style="rounded=1;whiteSpace=wrap;html=1;" vertex="1" parent="1">
+           <mxGeometry x="2500" y="893" width="250" height="23" as="geometry" />
+         </mxCell>
+         <mxCell id="OVOjqrZOAJo-4PfDmddq-16" value="" style="fontSize=12;html=1;endArrow=block;endFill=1;rounded=0;" edge="1" parent="1">
+           <mxGeometry width="160" relative="1" as="geometry">
+             <mxPoint x="2740" y="871.36" as="sourcePoint" />
+             <mxPoint x="2750" y="860" as="targetPoint" />
+           </mxGeometry>
+         </mxCell>
+         <mxCell id="OVOjqrZOAJo-4PfDmddq-17" value="" style="fontSize=12;html=1;endArrow=block;endFill=1;rounded=0;" edge="1" parent="1">
+           <mxGeometry width="160" relative="1" as="geometry">
+             <mxPoint x="2740" y="838.36" as="sourcePoint" />
+             <mxPoint x="2750" y="827" as="targetPoint" />
+           </mxGeometry>
        </mxCell>
      </root>
    </mxGraphModel>
  </diagram>
</mxfile>
